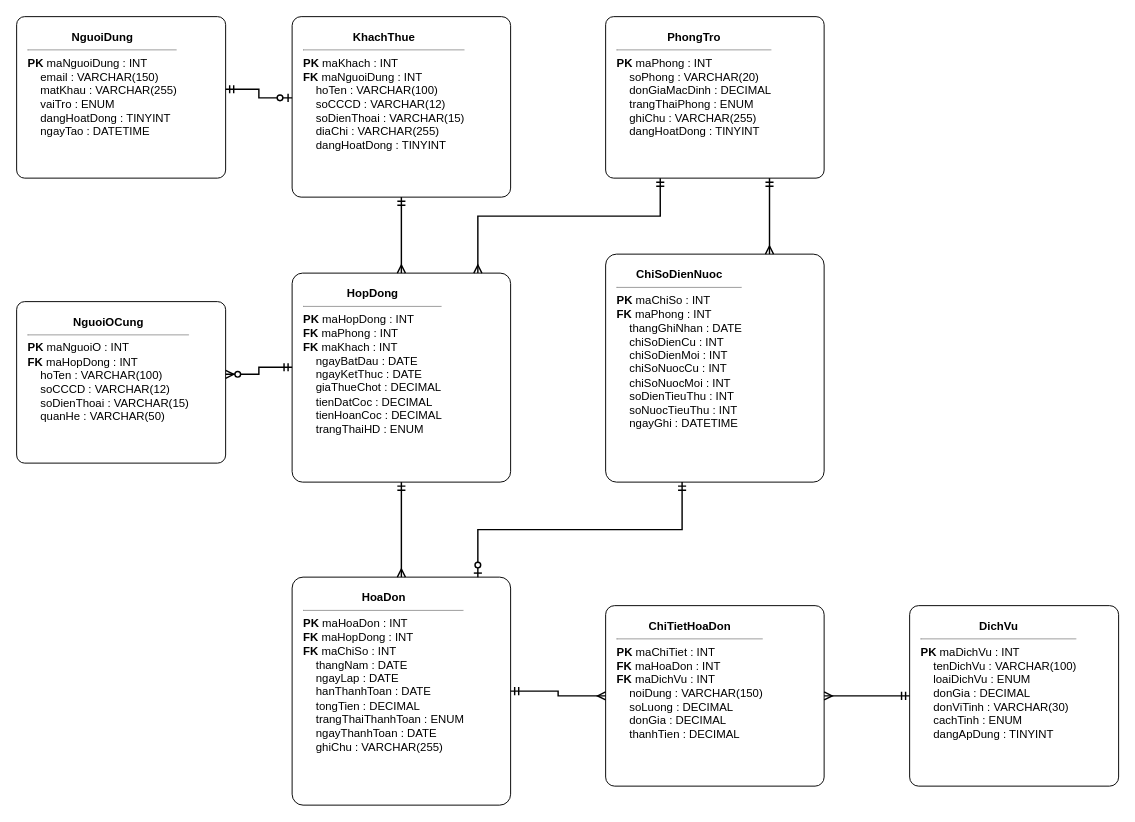
Before: quan_ly_nha_tro_erd.drawio in hai281104/TTCN_PhongTro, a draw.io diagram. Source tidied: cells renumbered, new cells numbered last; positions are measured from the earlier drawing's top-left corner, leaving out a move shared by most shapes. Both pictures are drawn from the tidied source at 95%, with x=0, y=0 at pixel (16, 16).
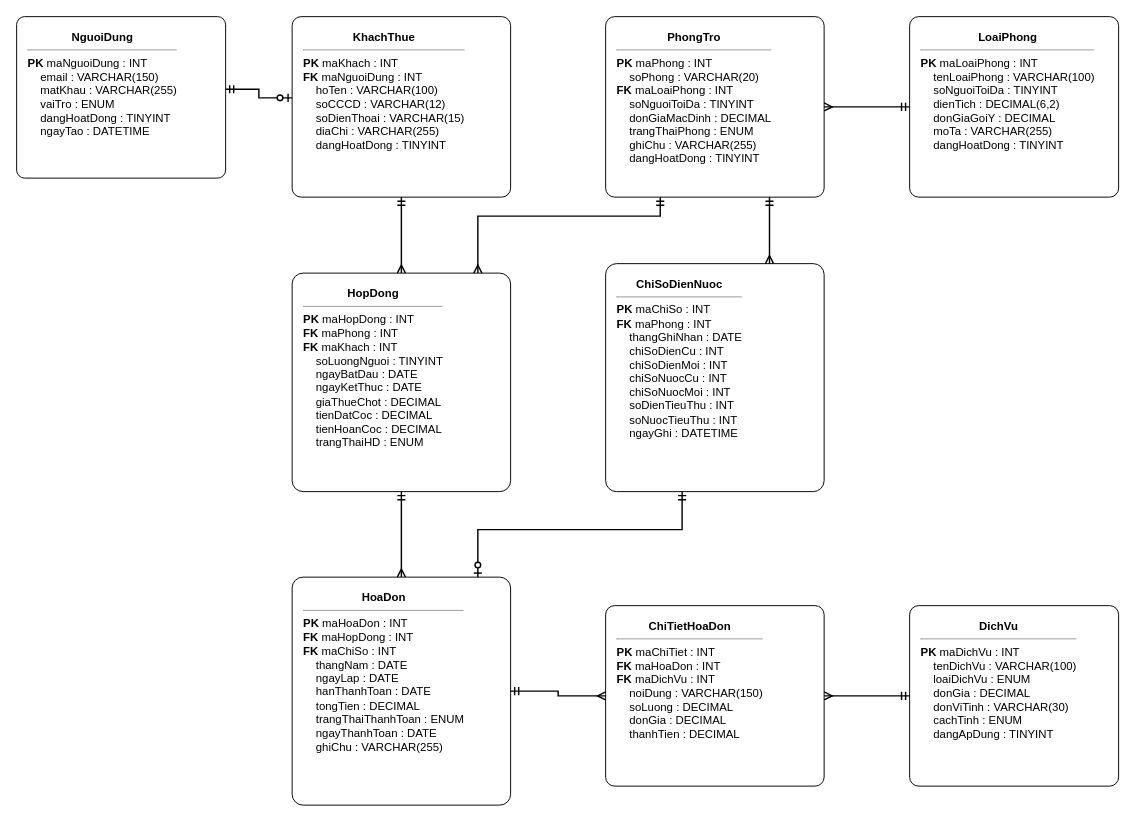
The same diagram, later.

The edit, as a diff of the source:
```diff
@@
-    <mxCell id="4" value="&lt;center&gt;&lt;b&gt;PhongTro&lt;/b&gt;&lt;/center&gt;&lt;hr size=&quot;1&quot;/&gt;&lt;b&gt;PK&lt;/b&gt; maPhong : INT&lt;br/&gt;&amp;nbsp;&amp;nbsp;&amp;nbsp;&amp;nbsp;soPhong : VARCHAR(20)&lt;br/&gt;&amp;nbsp;&amp;nbsp;&amp;nbsp;&amp;nbsp;donGiaMacDinh : DECIMAL&lt;br/&gt;&amp;nbsp;&amp;nbsp;&amp;nbsp;&amp;nbsp;trangThaiPhong : ENUM&lt;br/&gt;&amp;nbsp;&amp;nbsp;&amp;nbsp;&amp;nbsp;ghiChu : VARCHAR(255)&lt;br/&gt;&amp;nbsp;&amp;nbsp;&amp;nbsp;&amp;nbsp;dangHoatDong : TINYINT" style="rounded=1;arcSize=5;whiteSpace=wrap;html=1;align=left;verticalAlign=top;fillColor=#ffffff;strokeColor=#000000;strokeWidth=1;spacingLeft=10;spacingRight=10;spacingTop=8;spacingBottom=8;" parent="1" vertex="1">
-      <mxGeometry x="620" width="230" height="170" as="geometry" />
+    <mxCell id="4" value="&lt;center&gt;&lt;b&gt;PhongTro&lt;/b&gt;&lt;/center&gt;&lt;hr size=&quot;1&quot;/&gt;&lt;b&gt;PK&lt;/b&gt; maPhong : INT&lt;br/&gt;&amp;nbsp;&amp;nbsp;&amp;nbsp;&amp;nbsp;soPhong : VARCHAR(20)&lt;br/&gt;&lt;b&gt;FK&lt;/b&gt; maLoaiPhong : INT&lt;br/&gt;&amp;nbsp;&amp;nbsp;&amp;nbsp;&amp;nbsp;soNguoiToiDa : TINYINT&lt;br/&gt;&amp;nbsp;&amp;nbsp;&amp;nbsp;&amp;nbsp;donGiaMacDinh : DECIMAL&lt;br/&gt;&amp;nbsp;&amp;nbsp;&amp;nbsp;&amp;nbsp;trangThaiPhong : ENUM&lt;br/&gt;&amp;nbsp;&amp;nbsp;&amp;nbsp;&amp;nbsp;ghiChu : VARCHAR(255)&lt;br/&gt;&amp;nbsp;&amp;nbsp;&amp;nbsp;&amp;nbsp;dangHoatDong : TINYINT" style="rounded=1;arcSize=5;whiteSpace=wrap;html=1;align=left;verticalAlign=top;fillColor=#ffffff;strokeColor=#000000;strokeWidth=1;spacingLeft=10;spacingRight=10;spacingTop=8;spacingBottom=8;" parent="1" vertex="1">
+      <mxGeometry x="620" width="230" height="190" as="geometry" />
     </mxCell>
-    <mxCell id="5" value="&lt;center&gt;&lt;b&gt;NguoiOCung&lt;/b&gt;&lt;/center&gt;&lt;hr size=&quot;1&quot;/&gt;&lt;b&gt;PK&lt;/b&gt; maNguoiO : INT&lt;br/&gt;&lt;b&gt;FK&lt;/b&gt; maHopDong : INT&lt;br/&gt;&amp;nbsp;&amp;nbsp;&amp;nbsp;&amp;nbsp;hoTen : VARCHAR(100)&lt;br/&gt;&amp;nbsp;&amp;nbsp;&amp;nbsp;&amp;nbsp;soCCCD : VARCHAR(12)&lt;br/&gt;&amp;nbsp;&amp;nbsp;&amp;nbsp;&amp;nbsp;soDienThoai : VARCHAR(15)&lt;br/&gt;&amp;nbsp;&amp;nbsp;&amp;nbsp;&amp;nbsp;quanHe : VARCHAR(50)" style="rounded=1;arcSize=5;whiteSpace=wrap;html=1;align=left;verticalAlign=top;fillColor=#ffffff;strokeColor=#000000;strokeWidth=1;spacingLeft=10;spacingRight=10;spacingTop=8;spacingBottom=8;" parent="1" vertex="1">
-      <mxGeometry y="300" width="220" height="170" as="geometry" />
-    </mxCell>
+    <mxCell id="20" value="&lt;center&gt;&lt;b&gt;LoaiPhong&lt;/b&gt;&lt;/center&gt;&lt;hr size=&quot;1&quot;/&gt;&lt;b&gt;PK&lt;/b&gt; maLoaiPhong : INT&lt;br/&gt;&amp;nbsp;&amp;nbsp;&amp;nbsp;&amp;nbsp;tenLoaiPhong : VARCHAR(100)&lt;br/&gt;&amp;nbsp;&amp;nbsp;&amp;nbsp;&amp;nbsp;soNguoiToiDa : TINYINT&lt;br/&gt;&amp;nbsp;&amp;nbsp;&amp;nbsp;&amp;nbsp;dienTich : DECIMAL(6,2)&lt;br/&gt;&amp;nbsp;&amp;nbsp;&amp;nbsp;&amp;nbsp;donGiaGoiY : DECIMAL&lt;br/&gt;&amp;nbsp;&amp;nbsp;&amp;nbsp;&amp;nbsp;moTa : VARCHAR(255)&lt;br/&gt;&amp;nbsp;&amp;nbsp;&amp;nbsp;&amp;nbsp;dangHoatDong : TINYINT" style="rounded=1;arcSize=5;whiteSpace=wrap;html=1;align=left;verticalAlign=top;fillColor=#ffffff;strokeColor=#000000;strokeWidth=1;spacingLeft=10;spacingRight=10;spacingTop=8;spacingBottom=8;" parent="1" vertex="1">
+      <mxGeometry x="940" width="220" height="190" as="geometry" />
+    </mxCell>
-    <mxCell id="6" value="&lt;center&gt;&lt;b&gt;HopDong&lt;/b&gt;&lt;/center&gt;&lt;hr size=&quot;1&quot;/&gt;&lt;b&gt;PK&lt;/b&gt; maHopDong : INT&lt;br/&gt;&lt;b&gt;FK&lt;/b&gt; maPhong : INT&lt;br/&gt;&lt;b&gt;FK&lt;/b&gt; maKhach : INT&lt;br/&gt;&amp;nbsp;&amp;nbsp;&amp;nbsp;&amp;nbsp;ngayBatDau : DATE&lt;br/&gt;&amp;nbsp;&amp;nbsp;&amp;nbsp;&amp;nbsp;ngayKetThuc : DATE&lt;br/&gt;&amp;nbsp;&amp;nbsp;&amp;nbsp;&amp;nbsp;giaThueChot : DECIMAL&lt;br/&gt;&amp;nbsp;&amp;nbsp;&amp;nbsp;&amp;nbsp;tienDatCoc : DECIMAL&lt;br/&gt;&amp;nbsp;&amp;nbsp;&amp;nbsp;&amp;nbsp;tienHoanCoc : DECIMAL&lt;br/&gt;&amp;nbsp;&amp;nbsp;&amp;nbsp;&amp;nbsp;trangThaiHD : ENUM" style="rounded=1;arcSize=5;whiteSpace=wrap;html=1;align=left;verticalAlign=top;fillColor=#ffffff;strokeColor=#000000;strokeWidth=1;spacingLeft=10;spacingRight=10;spacingTop=8;spacingBottom=8;" parent="1" vertex="1">
-      <mxGeometry x="290" y="270" width="230" height="220" as="geometry" />
+    <mxCell id="6" value="&lt;center&gt;&lt;b&gt;HopDong&lt;/b&gt;&lt;/center&gt;&lt;hr size=&quot;1&quot;/&gt;&lt;b&gt;PK&lt;/b&gt; maHopDong : INT&lt;br/&gt;&lt;b&gt;FK&lt;/b&gt; maPhong : INT&lt;br/&gt;&lt;b&gt;FK&lt;/b&gt; maKhach : INT&lt;br/&gt;&amp;nbsp;&amp;nbsp;&amp;nbsp;&amp;nbsp;soLuongNguoi : TINYINT&lt;br/&gt;&amp;nbsp;&amp;nbsp;&amp;nbsp;&amp;nbsp;ngayBatDau : DATE&lt;br/&gt;&amp;nbsp;&amp;nbsp;&amp;nbsp;&amp;nbsp;ngayKetThuc : DATE&lt;br/&gt;&amp;nbsp;&amp;nbsp;&amp;nbsp;&amp;nbsp;giaThueChot : DECIMAL&lt;br/&gt;&amp;nbsp;&amp;nbsp;&amp;nbsp;&amp;nbsp;tienDatCoc : DECIMAL&lt;br/&gt;&amp;nbsp;&amp;nbsp;&amp;nbsp;&amp;nbsp;tienHoanCoc : DECIMAL&lt;br/&gt;&amp;nbsp;&amp;nbsp;&amp;nbsp;&amp;nbsp;trangThaiHD : ENUM" style="rounded=1;arcSize=5;whiteSpace=wrap;html=1;align=left;verticalAlign=top;fillColor=#ffffff;strokeColor=#000000;strokeWidth=1;spacingLeft=10;spacingRight=10;spacingTop=8;spacingBottom=8;" parent="1" vertex="1">
+      <mxGeometry x="290" y="270" width="230" height="230" as="geometry" />
     </mxCell>
     <mxCell id="7" value="&lt;center&gt;&lt;b&gt;ChiSoDienNuoc&lt;/b&gt;&lt;/center&gt;&lt;hr size=&quot;1&quot;/&gt;&lt;b&gt;PK&lt;/b&gt; maChiSo : INT&lt;br/&gt;&lt;b&gt;FK&lt;/b&gt; maPhong : INT&lt;br/&gt;&amp;nbsp;&amp;nbsp;&amp;nbsp;&amp;nbsp;thangGhiNhan : DATE&lt;br/&gt;&amp;nbsp;&amp;nbsp;&amp;nbsp;&amp;nbsp;chiSoDienCu : INT&lt;br/&gt;&amp;nbsp;&amp;nbsp;&amp;nbsp;&amp;nbsp;chiSoDienMoi : INT&lt;br/&gt;&amp;nbsp;&amp;nbsp;&amp;nbsp;&amp;nbsp;chiSoNuocCu : INT&lt;br/&gt;&amp;nbsp;&amp;nbsp;&amp;nbsp;&amp;nbsp;chiSoNuocMoi : INT&lt;br/&gt;&amp;nbsp;&amp;nbsp;&amp;nbsp;&amp;nbsp;soDienTieuThu : INT&lt;br/&gt;&amp;nbsp;&amp;nbsp;&amp;nbsp;&amp;nbsp;soNuocTieuThu : INT&lt;br/&gt;&amp;nbsp;&amp;nbsp;&amp;nbsp;&amp;nbsp;ngayGhi : DATETIME" style="rounded=1;arcSize=5;whiteSpace=wrap;html=1;align=left;verticalAlign=top;fillColor=#ffffff;strokeColor=#000000;strokeWidth=1;spacingLeft=10;spacingRight=10;spacingTop=8;spacingBottom=8;" parent="1" vertex="1">
-      <mxGeometry x="620" y="250" width="230" height="240" as="geometry" />
+      <mxGeometry x="620" y="260" width="230" height="240" as="geometry" />
     </mxCell>
@@
-    <mxCell id="15" style="edgeStyle=orthogonalEdgeStyle;rounded=0;jettySize=auto;html=1;exitX=0;exitY=0.45;exitDx=0;exitDy=0;entryX=1;entryY=0.45;entryDx=0;entryDy=0;startArrow=ERmandOne;endArrow=ERzeroToMany;strokeWidth=1.5;strokeColor=#000000;" parent="1" edge="1" source="6" target="5">
-      <mxGeometry relative="1" as="geometry" />
-    </mxCell>
+    <mxCell id="21" style="edgeStyle=orthogonalEdgeStyle;rounded=0;jettySize=auto;html=1;exitX=0;exitY=0.5;exitDx=0;exitDy=0;entryX=1;entryY=0.5;entryDx=0;entryDy=0;startArrow=ERmandOne;endArrow=ERmany;strokeWidth=1.5;strokeColor=#000000;" parent="1" edge="1" source="20" target="4">
+      <mxGeometry relative="1" as="geometry" />
+    </mxCell>
```
